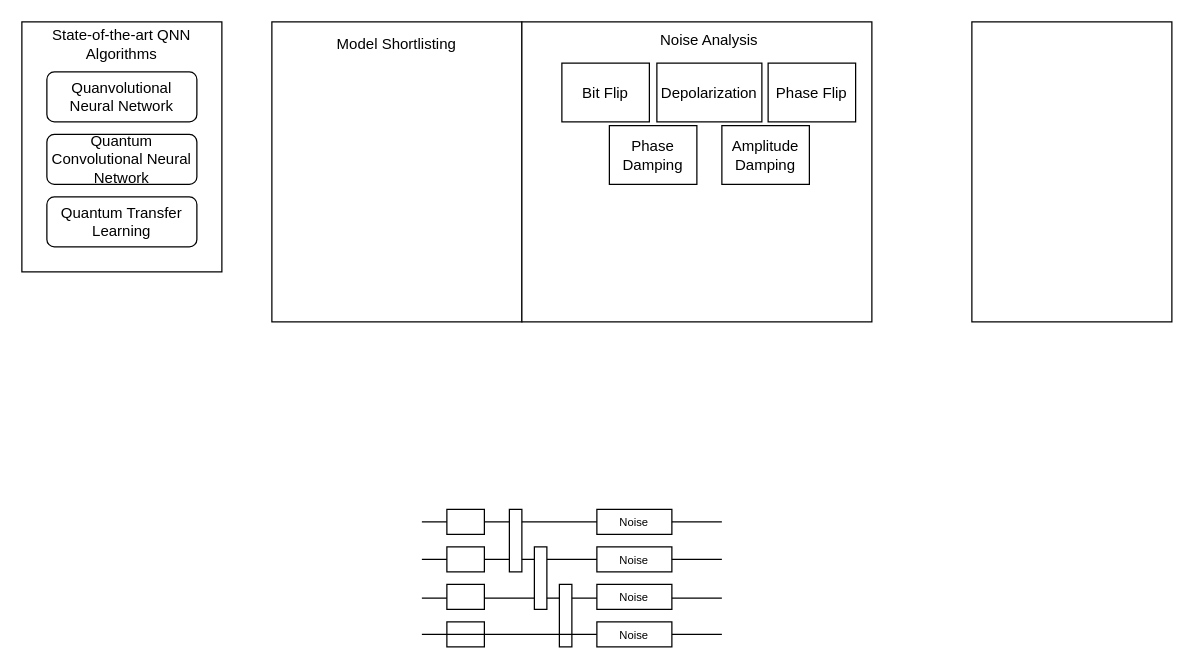
Above: page "QCE-Methodology" (1 of 6) of Capstone2.drawio in tasnimahmed11/drawio_stash (draw.io), before the change. Source tidied: cells renumbered, new cells numbered last; positions are measured from the earlier drawing's top-left corner, leaving out a move shared by most shapes. Both pictures are drawn from the tidied source at 125%, with x=0, y=0 at pixel (21, 21).
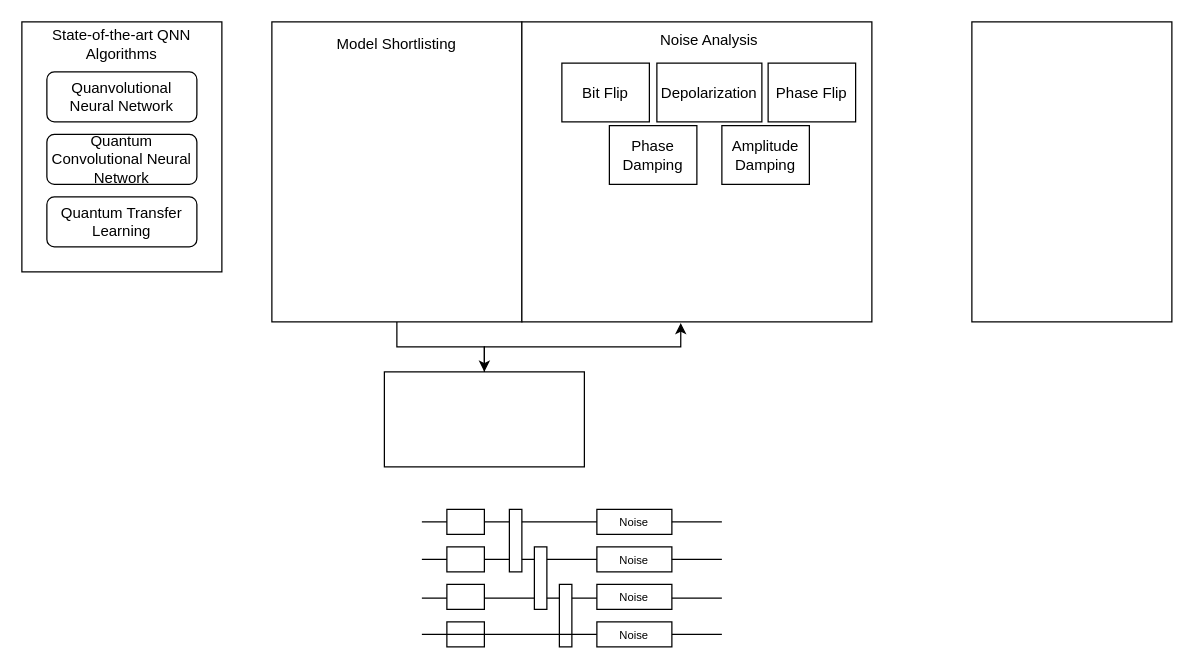
Above is the later version.

The change refers to these unchanged cells:
```xml
<mxCell id="3" style="rounded=0;whiteSpace=wrap;html=1;" parent="1" vertex="1">
  <mxGeometry x="200" width="200" height="240" as="geometry" />
</mxCell>
<mxCell id="9" style="rounded=0;whiteSpace=wrap;html=1;" parent="1" vertex="1">
  <mxGeometry x="400" width="280" height="240" as="geometry" />
</mxCell>
```

The edit, as a diff of the source:
```diff
@@
+    <mxCell id="33" style="edgeStyle=orthogonalEdgeStyle;rounded=0;jettySize=auto;html=1;entryX=0.5;entryY=0;entryDx=0;entryDy=0;" parent="1" edge="1" source="3" target="34">
+      <mxGeometry relative="1" as="geometry" />
+    </mxCell>
@@
+    <mxCell id="34" style="rounded=0;whiteSpace=wrap;html=1;" parent="1" vertex="1">
+      <mxGeometry x="290" y="280" width="160" height="76" as="geometry" />
+    </mxCell>
+    <mxCell id="35" style="edgeStyle=orthogonalEdgeStyle;rounded=0;jettySize=auto;html=1;entryX=0.454;entryY=1.004;entryDx=0;entryDy=0;entryPerimeter=0;" parent="1" edge="1" source="34" target="9">
+      <mxGeometry relative="1" as="geometry" />
+    </mxCell>
```
